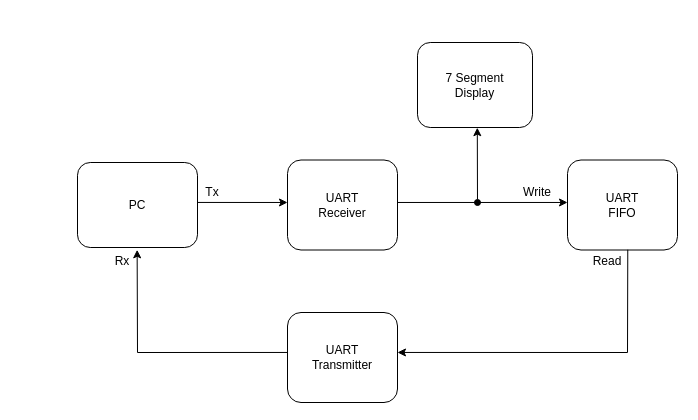
This is docs/fpga-morse-uart.drawio from barrettotte/fpga-morse-uart, a draw.io file, before an edit. Source tidied: cells renumbered, new cells numbered last; positions are measured from the earlier drawing's top-left corner, leaving out a move shared by most shapes. Both pictures are drawn from the tidied source at 100%, with x=0, y=0 at pixel (77, 42).
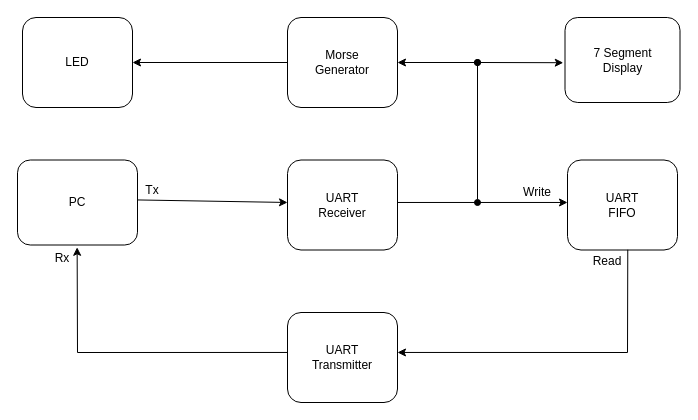
The same diagram, later.

Commit message (it also covers changes not shown here):
finishes morse generation

Unchanged cells that the change refers to:
```xml
<mxCell id="3" value="UART&lt;div&gt;Transmitter&lt;/div&gt;" style="rounded=1;whiteSpace=wrap;html=1;" parent="1" vertex="1">
  <mxGeometry x="210" y="270" width="110" height="90" as="geometry" />
</mxCell>
```

Diff of the diagram source:
```diff
@@
     <mxCell id="5" value="PC" style="rounded=1;whiteSpace=wrap;html=1;" parent="1" vertex="1">
-      <mxGeometry y="120" width="120" height="85" as="geometry" />
+      <mxGeometry x="-60" y="117.5" width="120" height="85" as="geometry" />
     </mxCell>
     <mxCell id="6" value="7 Segment&lt;div&gt;Display&lt;/div&gt;" style="rounded=1;whiteSpace=wrap;html=1;" parent="1" vertex="1">
-      <mxGeometry x="340" width="115" height="85" as="geometry" />
+      <mxGeometry x="487.5" y="-25" width="115" height="85" as="geometry" />
     </mxCell>
@@
     <mxCell id="10" style="endArrow=classic;html=1;rounded=0;entryX=0.497;entryY=1.027;entryDx=0;entryDy=0;entryPerimeter=0;" parent="1" edge="1" target="5">
       <mxGeometry relative="1" as="geometry">
-        <mxPoint x="60" y="310" as="sourcePoint" />
+        <mxPoint y="310" as="sourcePoint" />
       </mxGeometry>
     </mxCell>
     <mxCell id="11" value="Rx" style="text;html=1;align=center;verticalAlign=middle;whiteSpace=wrap;rounded=0;" parent="1" vertex="1">
-      <mxGeometry x="30" y="210" width="30" height="17.5" as="geometry" />
+      <mxGeometry x="-30" y="207.5" width="30" height="17.5" as="geometry" />
     </mxCell>
     <mxCell id="12" value="Tx" style="text;html=1;align=center;verticalAlign=middle;whiteSpace=wrap;rounded=0;" parent="1" vertex="1">
-      <mxGeometry x="120" y="140" width="30" height="20" as="geometry" />
+      <mxGeometry x="60" y="137.5" width="30" height="20" as="geometry" />
     </mxCell>
-    <mxCell id="13" style="endArrow=classic;html=1;rounded=0;entryX=0.52;entryY=1.002;entryDx=0;entryDy=0;entryPerimeter=0;endFill=1;startArrow=oval;startFill=1;" parent="1" edge="1" target="6">
+    <mxCell id="13" style="endArrow=none;html=1;rounded=0;endFill=0;startArrow=oval;startFill=1;" parent="1" edge="1">
       <mxGeometry relative="1" as="geometry">
         <mxPoint x="400" y="160" as="sourcePoint" />
+        <mxPoint x="400" y="20" as="targetPoint" />
       </mxGeometry>
     </mxCell>
@@
     <mxCell id="17" style="endArrow=none;html=1;rounded=0;exitX=0;exitY=0.444;exitDx=0;exitDy=0;exitPerimeter=0;" parent="1" edge="1" source="3">
       <mxGeometry relative="1" as="geometry">
-        <mxPoint x="60" y="310" as="targetPoint" />
+        <mxPoint y="310" as="targetPoint" />
       </mxGeometry>
     </mxCell>
+    <mxCell id="18" value="Morse&lt;div&gt;Generator&lt;/div&gt;" style="rounded=1;whiteSpace=wrap;html=1;" parent="1" vertex="1">
+      <mxGeometry x="210" y="-25" width="110" height="90" as="geometry" />
+    </mxCell>
+    <mxCell id="19" style="endArrow=classic;html=1;rounded=0;endFill=1;startArrow=oval;startFill=1;entryX=1;entryY=0.5;entryDx=0;entryDy=0;" parent="1" edge="1" target="18">
+      <mxGeometry relative="1" as="geometry">
+        <mxPoint x="400" y="20" as="sourcePoint" />
+      </mxGeometry>
+    </mxCell>
+    <mxCell id="20" value="LED" style="rounded=1;whiteSpace=wrap;html=1;" parent="1" vertex="1">
+      <mxGeometry x="-55" y="-25" width="110" height="90" as="geometry" />
+    </mxCell>
+    <mxCell id="21" style="endArrow=none;html=1;rounded=0;exitX=1;exitY=0.5;exitDx=0;exitDy=0;entryX=0;entryY=0.5;entryDx=0;entryDy=0;endFill=0;startArrow=classic;startFill=1;" parent="1" edge="1" source="20" target="18">
+      <mxGeometry relative="1" as="geometry" />
+    </mxCell>
+    <mxCell id="22" style="endArrow=classic;html=1;rounded=0;endFill=1;startArrow=oval;startFill=1;entryX=-0.015;entryY=0.532;entryDx=0;entryDy=0;entryPerimeter=0;" parent="1" edge="1" target="6">
+      <mxGeometry relative="1" as="geometry">
+        <mxPoint x="400" y="20" as="sourcePoint" />
+      </mxGeometry>
+    </mxCell>
```
